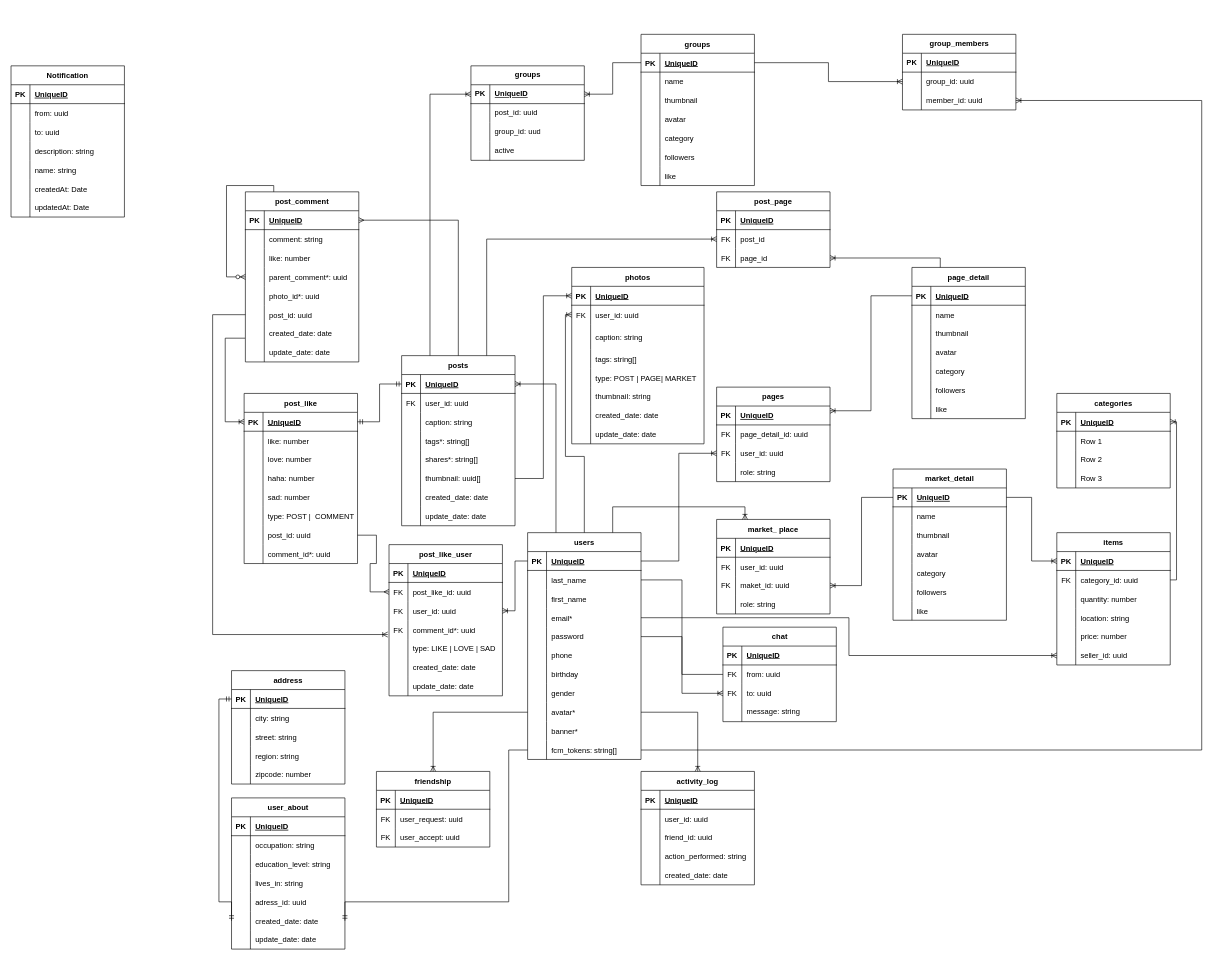
Earlier version of the draw.io diagram documentation/ERD_SQL_Database.drawio (auresolll/Meta). Source tidied: cells renumbered, new cells numbered last; positions are measured from the earlier drawing's top-left corner, leaving out a move shared by most shapes. Both pictures are drawn from the tidied source at 63%, with x=0, y=0 at pixel (11, 34).
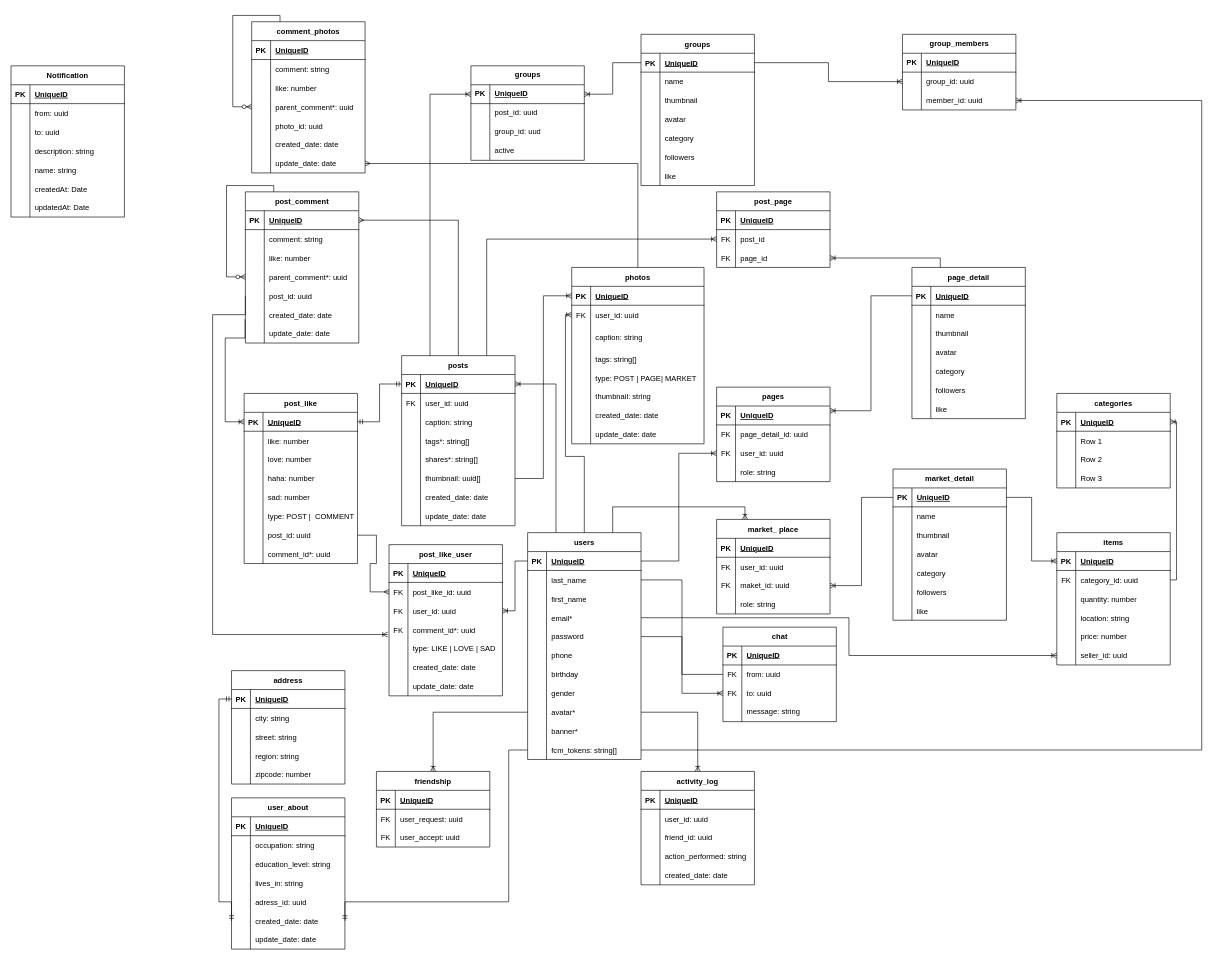
The same diagram, later.

Commit message:
fix: ERD database

The change refers to these unchanged cells:
```xml
<mxCell id="46" value="photos" style="shape=table;startSize=30;childLayout=tableLayout;rowLines=0;fontStyle=1;align=center;" parent="1" vertex="1">
  <mxGeometry x="890" y="370" width="210" height="280" as="geometry" />
</mxCell>
```

Diff of the diagram source:
```diff
@@
     <mxCell id="197" value="post_comment" style="shape=table;startSize=30;childLayout=tableLayout;rowLines=0;fontStyle=1;align=center;" parent="1" vertex="1">
-      <mxGeometry x="372" y="250" width="180" height="270" as="geometry" />
+      <mxGeometry x="372" y="250" width="180" height="240" as="geometry" />
     </mxCell>
@@
-    <mxCell id="211" style="shape=tableRow;horizontal=0;startSize=0;swimlaneHead=0;swimlaneBody=0;fillColor=none;top=0;left=0;right=0;bottom=0;" parent="197" vertex="1">
-      <mxGeometry y="150" width="180" height="30" as="geometry" />
-    </mxCell>
-    <mxCell id="212" style="shape=partialRectangle;fillColor=none;top=0;left=0;bottom=0;right=0;overflow=hidden;" parent="211" vertex="1">
-      <mxGeometry width="30" height="30" as="geometry" />
-    </mxCell>
-    <mxCell id="213" value="photo_id*: uuid" style="shape=partialRectangle;fillColor=none;top=0;left=0;bottom=0;right=0;align=left;spacingLeft=6;overflow=hidden;" parent="211" vertex="1">
-      <mxGeometry x="30" width="150" height="30" as="geometry" />
-    </mxCell>
     <mxCell id="214" style="shape=tableRow;horizontal=0;startSize=0;swimlaneHead=0;swimlaneBody=0;fillColor=none;points=[[0,0.5],[1,0.5]];portConstraint=eastwest;top=0;left=0;right=0;bottom=0;" parent="197" vertex="1">
-      <mxGeometry y="180" width="180" height="30" as="geometry" />
+      <mxGeometry y="150" width="180" height="30" as="geometry" />
     </mxCell>
@@
     <mxCell id="217" style="shape=tableRow;horizontal=0;startSize=0;swimlaneHead=0;swimlaneBody=0;fillColor=none;points=[[0,0.5],[1,0.5]];portConstraint=eastwest;top=0;left=0;right=0;bottom=0;" parent="197" vertex="1">
-      <mxGeometry y="210" width="180" height="30" as="geometry" />
+      <mxGeometry y="180" width="180" height="30" as="geometry" />
     </mxCell>
@@
     <mxCell id="220" style="shape=tableRow;horizontal=0;startSize=0;swimlaneHead=0;swimlaneBody=0;fillColor=none;top=0;left=0;right=0;bottom=0;" parent="197" vertex="1">
-      <mxGeometry y="240" width="180" height="30" as="geometry" />
+      <mxGeometry y="210" width="180" height="30" as="geometry" />
     </mxCell>
@@
+    <mxCell id="443" value="comment_photos" style="shape=table;startSize=30;childLayout=tableLayout;rowLines=0;fontStyle=1;align=center;" parent="1" vertex="1">
+      <mxGeometry x="382" y="-20" width="180" height="240" as="geometry" />
+    </mxCell>
+    <mxCell id="444" style="shape=tableRow;horizontal=0;startSize=0;swimlaneHead=0;swimlaneBody=0;fillColor=none;top=0;left=0;right=0;bottom=1;" parent="443" vertex="1">
+      <mxGeometry y="30" width="180" height="30" as="geometry" />
+    </mxCell>
+    <mxCell id="445" value="PK" style="shape=partialRectangle;fillColor=none;top=0;left=0;bottom=0;right=0;fontStyle=1;overflow=hidden;" parent="444" vertex="1">
+      <mxGeometry width="30" height="30" as="geometry" />
+    </mxCell>
+    <mxCell id="446" value="UniqueID" style="shape=partialRectangle;fillColor=none;top=0;left=0;bottom=0;right=0;align=left;spacingLeft=6;fontStyle=5;overflow=hidden;" parent="444" vertex="1">
+      <mxGeometry x="30" width="150" height="30" as="geometry" />
+    </mxCell>
+    <mxCell id="447" style="shape=tableRow;horizontal=0;startSize=0;swimlaneHead=0;swimlaneBody=0;fillColor=none;top=0;left=0;right=0;bottom=0;" parent="443" vertex="1">
+      <mxGeometry y="60" width="180" height="30" as="geometry" />
+    </mxCell>
+    <mxCell id="448" style="shape=partialRectangle;fillColor=none;top=0;left=0;bottom=0;right=0;overflow=hidden;" parent="447" vertex="1">
+      <mxGeometry width="30" height="30" as="geometry" />
+    </mxCell>
+    <mxCell id="449" value="comment: string" style="shape=partialRectangle;fillColor=none;top=0;left=0;bottom=0;right=0;align=left;spacingLeft=6;overflow=hidden;" parent="447" vertex="1">
+      <mxGeometry x="30" width="150" height="30" as="geometry" />
+    </mxCell>
+    <mxCell id="450" style="shape=tableRow;horizontal=0;startSize=0;swimlaneHead=0;swimlaneBody=0;fillColor=none;top=0;left=0;right=0;bottom=0;" parent="443" vertex="1">
+      <mxGeometry y="90" width="180" height="30" as="geometry" />
+    </mxCell>
+    <mxCell id="451" style="shape=partialRectangle;fillColor=none;top=0;left=0;bottom=0;right=0;overflow=hidden;" parent="450" vertex="1">
+      <mxGeometry width="30" height="30" as="geometry" />
+    </mxCell>
+    <mxCell id="452" value="like: number" style="shape=partialRectangle;fillColor=none;top=0;left=0;bottom=0;right=0;align=left;spacingLeft=6;overflow=hidden;" parent="450" vertex="1">
+      <mxGeometry x="30" width="150" height="30" as="geometry" />
+    </mxCell>
+    <mxCell id="453" style="edgeStyle=orthogonalEdgeStyle;fontSize=12;html=1;endArrow=ERzeroToMany;endFill=1;rounded=0;exitX=0.25;exitY=0;exitDx=0;exitDy=0;entryX=0;entryY=0.5;entryDx=0;entryDy=0;" parent="443" edge="1" source="443" target="454">
+      <mxGeometry relative="1" as="geometry">
+        <Array as="points">
+          <mxPoint x="45" y="-10" />
+          <mxPoint x="-30" y="-10" />
+          <mxPoint x="-30" y="135" />
+        </Array>
+      </mxGeometry>
+    </mxCell>
+    <mxCell id="454" style="shape=tableRow;horizontal=0;startSize=0;swimlaneHead=0;swimlaneBody=0;fillColor=none;points=[[0,0.5],[1,0.5]];portConstraint=eastwest;top=0;left=0;right=0;bottom=0;" parent="443" vertex="1">
+      <mxGeometry y="120" width="180" height="30" as="geometry" />
+    </mxCell>
+    <mxCell id="455" style="shape=partialRectangle;fillColor=none;top=0;left=0;bottom=0;right=0;overflow=hidden;" parent="454" vertex="1">
+      <mxGeometry width="30" height="30" as="geometry" />
+    </mxCell>
+    <mxCell id="456" value="parent_comment*: uuid" style="shape=partialRectangle;fillColor=none;top=0;left=0;bottom=0;right=0;align=left;spacingLeft=6;overflow=hidden;" parent="454" vertex="1">
+      <mxGeometry x="30" width="150" height="30" as="geometry" />
+    </mxCell>
+    <mxCell id="211" style="shape=tableRow;horizontal=0;startSize=0;swimlaneHead=0;swimlaneBody=0;fillColor=none;top=0;left=0;right=0;bottom=0;" parent="443" vertex="1">
+      <mxGeometry y="150" width="180" height="30" as="geometry" />
+    </mxCell>
+    <mxCell id="457" style="shape=partialRectangle;fillColor=none;top=0;left=0;bottom=0;right=0;overflow=hidden;" parent="211" vertex="1">
+      <mxGeometry width="30" height="30" as="geometry" />
+    </mxCell>
+    <mxCell id="458" value="photo_id: uuid" style="shape=partialRectangle;fillColor=none;top=0;left=0;bottom=0;right=0;align=left;spacingLeft=6;overflow=hidden;" parent="211" vertex="1">
+      <mxGeometry x="30" width="150" height="30" as="geometry" />
+    </mxCell>
+    <mxCell id="459" style="shape=tableRow;horizontal=0;startSize=0;swimlaneHead=0;swimlaneBody=0;fillColor=none;top=0;left=0;right=0;bottom=0;" parent="443" vertex="1">
+      <mxGeometry y="180" width="180" height="30" as="geometry" />
+    </mxCell>
+    <mxCell id="460" style="shape=partialRectangle;fillColor=none;top=0;left=0;bottom=0;right=0;overflow=hidden;" parent="459" vertex="1">
+      <mxGeometry width="30" height="30" as="geometry" />
+    </mxCell>
+    <mxCell id="461" value="created_date: date" style="shape=partialRectangle;fillColor=none;top=0;left=0;bottom=0;right=0;align=left;spacingLeft=6;overflow=hidden;" parent="459" vertex="1">
+      <mxGeometry x="30" width="150" height="30" as="geometry" />
+    </mxCell>
+    <mxCell id="462" style="shape=tableRow;horizontal=0;startSize=0;swimlaneHead=0;swimlaneBody=0;fillColor=none;points=[[0,0.5],[1,0.5]];portConstraint=eastwest;top=0;left=0;right=0;bottom=0;" parent="443" vertex="1">
+      <mxGeometry y="210" width="180" height="30" as="geometry" />
+    </mxCell>
+    <mxCell id="463" style="shape=partialRectangle;fillColor=none;top=0;left=0;bottom=0;right=0;overflow=hidden;" parent="462" vertex="1">
+      <mxGeometry width="30" height="30" as="geometry" />
+    </mxCell>
+    <mxCell id="464" value="update_date: date" style="shape=partialRectangle;fillColor=none;top=0;left=0;bottom=0;right=0;align=left;spacingLeft=6;overflow=hidden;" parent="462" vertex="1">
+      <mxGeometry x="30" width="150" height="30" as="geometry" />
+    </mxCell>
+    <mxCell id="465" style="edgeStyle=orthogonalEdgeStyle;fontSize=12;html=1;endArrow=ERmany;rounded=0;exitX=0.5;exitY=0;exitDx=0;exitDy=0;entryX=1;entryY=0.5;entryDx=0;entryDy=0;" parent="1" edge="1" source="46" target="462">
+      <mxGeometry relative="1" as="geometry" />
+    </mxCell>
```
